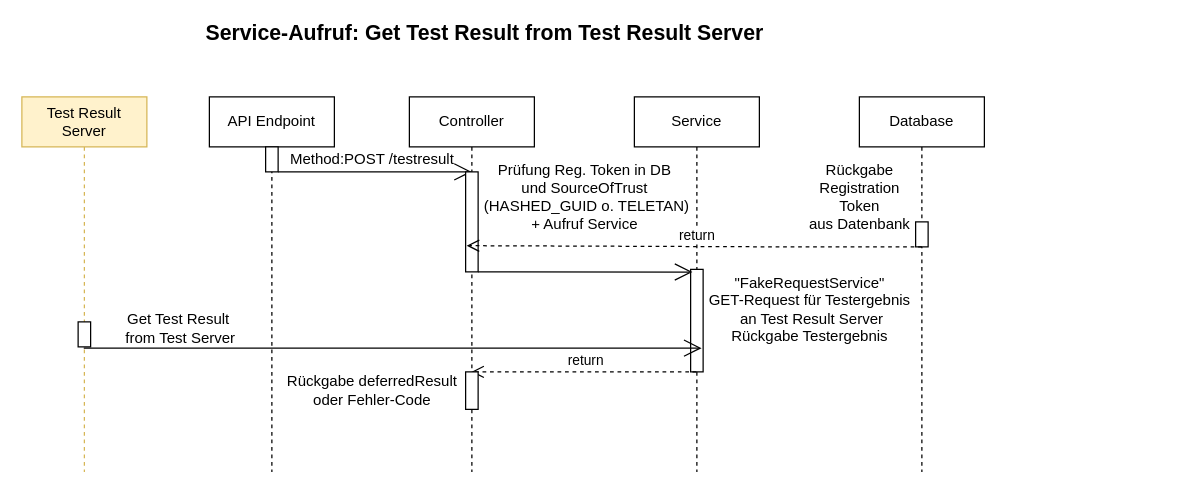
Ralf94/myrepo keeps this draw.io diagram as tennis-kata/src/main/java/com/cgi/tennis/TestResultService.drawio. Above is the earlier version. Source tidied: cells renumbered, new cells numbered last; positions are measured from the earlier drawing's top-left corner, leaving out a move shared by most shapes. Both pictures are drawn from the tidied source at 125%, with x=0, y=0 at pixel (21, 21).
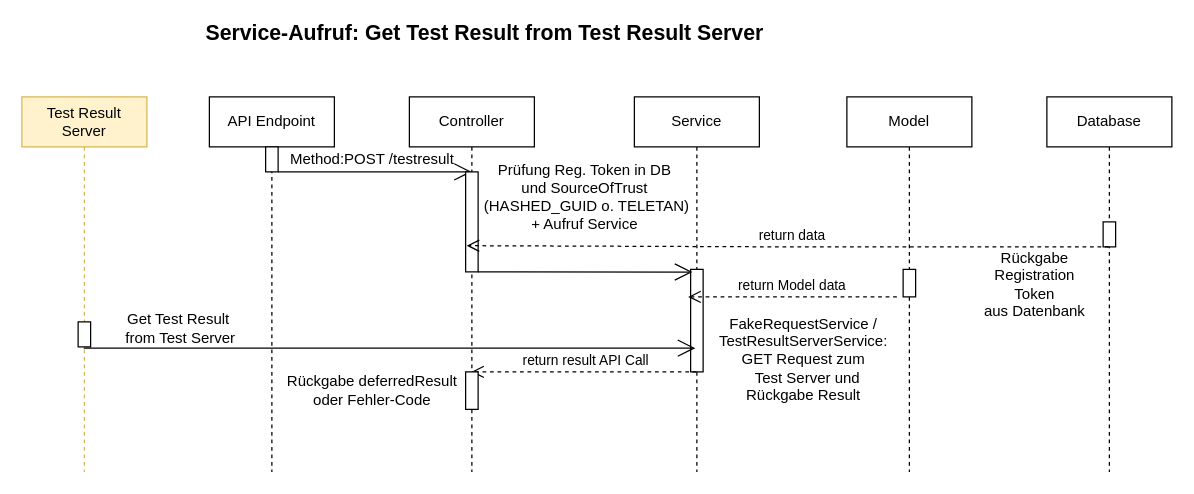
The same diagram, later.

Unchanged cells that the change refers to:
```xml
<mxCell id="3" value="Controller" style="shape=umlLifeline;perimeter=lifelinePerimeter;whiteSpace=wrap;html=1;outlineConnect=0;" parent="1" vertex="1">
  <mxGeometry x="310" y="60" width="100" height="300" as="geometry" />
</mxCell>
<mxCell id="4" value="Service" style="shape=umlLifeline;perimeter=lifelinePerimeter;whiteSpace=wrap;html=1;outlineConnect=0;" parent="1" vertex="1">
  <mxGeometry x="490" y="60" width="100" height="300" as="geometry" />
</mxCell>
<mxCell id="9" value="Test Result Server" style="shape=umlLifeline;perimeter=lifelinePerimeter;whiteSpace=wrap;html=1;outlineConnect=0;fillColor=#fff2cc;strokeColor=#d6b656;" parent="1" vertex="1">
  <mxGeometry y="60" width="100" height="300" as="geometry" />
</mxCell>
<mxCell id="15" style="html=1;points=[];perimeter=orthogonalPerimeter;" parent="1" vertex="1">
  <mxGeometry x="355" y="120" width="10" height="80" as="geometry" />
</mxCell>
```

Change to the diagram source:
```diff
@@
     <mxCell id="6" value="Database" style="shape=umlLifeline;perimeter=lifelinePerimeter;whiteSpace=wrap;html=1;outlineConnect=0;" parent="1" vertex="1">
-      <mxGeometry x="670" y="60" width="100" height="300" as="geometry" />
+      <mxGeometry x="820" y="60" width="100" height="300" as="geometry" />
     </mxCell>
@@
-    <mxCell id="18" value="&quot;FakeRequestService&quot;&lt;br&gt;GET-Request für Testergebnis&lt;br&gt;&amp;nbsp;an Test Result Server&lt;br&gt;Rückgabe Testergebnis" style="text;html=1;align=center;verticalAlign=middle;points=[];strokeColor=none;" parent="1" vertex="1">
-      <mxGeometry x="540" y="200" width="180" height="60" as="geometry" />
-    </mxCell>
-    <mxCell id="19" style="endArrow=open;endFill=1;endSize=12;html=1;entryX=0.021;entryY=1.017;entryDx=0;entryDy=0;entryPerimeter=0;" parent="1" edge="1" source="9" target="18">
-      <mxGeometry relative="1" as="geometry" />
+    <mxCell id="19" style="endArrow=open;endFill=1;endSize=12;html=1;entryX=0.021;entryY=1.017;entryDx=0;entryDy=0;entryPerimeter=0;" parent="1" edge="1" source="9">
+      <mxGeometry relative="1" as="geometry">
+        <mxPoint x="538.8" y="261" as="targetPoint" />
+      </mxGeometry>
     </mxCell>
-    <mxCell id="20" value="return" style="html=1;verticalAlign=bottom;endArrow=open;dashed=1;endSize=8;entryX=0.083;entryY=0.738;entryDx=0;entryDy=0;entryPerimeter=0;" parent="1" edge="1" target="15">
+    <mxCell id="20" value="return data" style="html=1;verticalAlign=bottom;endArrow=open;dashed=1;endSize=8;entryX=0.083;entryY=0.738;entryDx=0;entryDy=0;entryPerimeter=0;" parent="1" edge="1" source="6" target="15">
       <mxGeometry x="-0.01" relative="1" as="geometry">
-        <mxPoint x="720" y="180" as="sourcePoint" />
         <Array as="points">
           <mxPoint x="670" y="180" />
           <mxPoint x="610" y="180" />
         </Array>
       </mxGeometry>
     </mxCell>
     <mxCell id="21" value="Rückgabe &lt;br&gt;Registration &lt;br&gt;Token &lt;br&gt;aus Datenbank" style="text;html=1;align=center;verticalAlign=middle;strokeColor=none;" parent="1" vertex="1">
-      <mxGeometry x="620" y="110" width="100" height="60" as="geometry" />
+      <mxGeometry x="760" y="180" width="100" height="60" as="geometry" />
     </mxCell>
-    <mxCell id="22" value="return" style="html=1;verticalAlign=bottom;endArrow=open;dashed=1;endSize=8;" parent="1" edge="1" source="4" target="3">
+    <mxCell id="22" value="return result API Call" style="html=1;verticalAlign=bottom;endArrow=open;dashed=1;endSize=8;" parent="1" edge="1" source="4" target="3">
       <mxGeometry x="-0.01" relative="1" as="geometry">
         <Array as="points">
           <mxPoint x="530" y="280" />
         </Array>
       </mxGeometry>
     </mxCell>
@@
+    <mxCell id="25" value="Model" style="shape=umlLifeline;perimeter=lifelinePerimeter;whiteSpace=wrap;html=1;" parent="1" vertex="1">
+      <mxGeometry x="660" y="60" width="100" height="300" as="geometry" />
+    </mxCell>
+    <mxCell id="26" style="html=1;perimeter=orthogonalPerimeter;" parent="25" vertex="1">
+      <mxGeometry x="45" y="138" width="10" height="22" as="geometry" />
+    </mxCell>
+    <mxCell id="27" value="return Model data" style="html=1;verticalAlign=bottom;endArrow=open;dashed=1;endSize=8;" parent="1" edge="1">
+      <mxGeometry relative="1" as="geometry">
+        <mxPoint x="700" y="220" as="sourcePoint" />
+        <mxPoint x="533" y="220" as="targetPoint" />
+      </mxGeometry>
+    </mxCell>
+    <mxCell id="28" value="FakeRequestService / &lt;br&gt;TestResultServerService: &lt;br&gt;GET Request zum&lt;br&gt;&amp;nbsp; Test Server und &lt;br&gt;Rückgabe Result" style="text;html=1;align=center;verticalAlign=middle;strokeColor=none;" parent="1" vertex="1">
+      <mxGeometry x="550" y="230" width="150" height="80" as="geometry" />
+    </mxCell>
```
